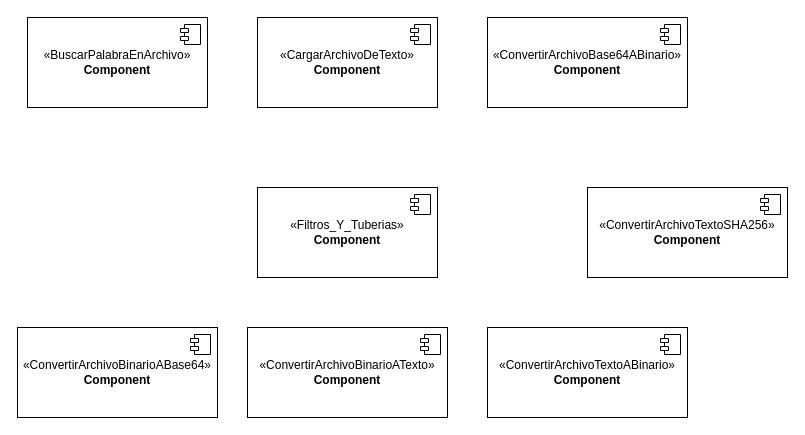
Before: page "Componentes" (1 of 9) of Diagrama Tuberias.drawio in JosehpCR/Arquitectura-Software, a draw.io diagram. Source tidied: cells renumbered, new cells numbered last; positions are measured from the earlier drawing's top-left corner, leaving out a move shared by most shapes. Both pictures are drawn from the tidied source at 100%, with x=0, y=0 at pixel (17, 17).
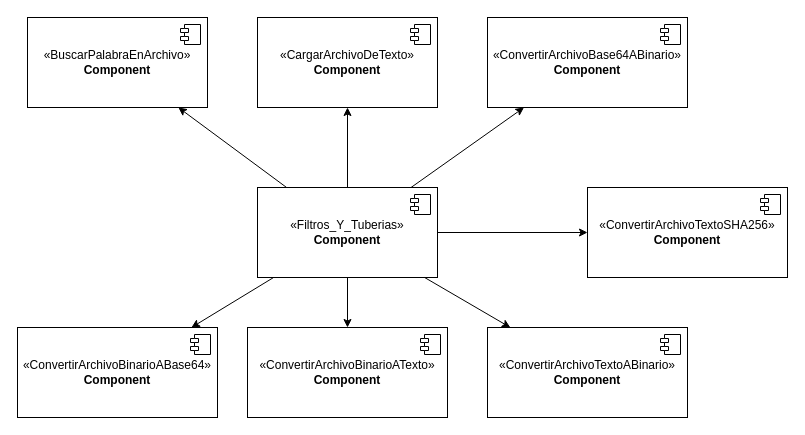
The same diagram, later.

The change refers to these unchanged cells:
```xml
<mxCell id="2" value="«Filtros_Y_Tuberias»&lt;br&gt;&lt;b&gt;Component&lt;/b&gt;" style="html=1;whiteSpace=wrap;" parent="1" vertex="1">
  <mxGeometry x="240" y="170" width="180" height="90" as="geometry" />
</mxCell>
<mxCell id="4" value="«BuscarPalabraEnArchivo»&lt;br&gt;&lt;b&gt;Component&lt;/b&gt;" style="html=1;whiteSpace=wrap;" parent="1" vertex="1">
  <mxGeometry x="10" width="180" height="90" as="geometry" />
</mxCell>
<mxCell id="6" value="«CargarArchivoDeTexto»&lt;br&gt;&lt;b&gt;Component&lt;/b&gt;" style="html=1;whiteSpace=wrap;" parent="1" vertex="1">
  <mxGeometry x="240" width="180" height="90" as="geometry" />
</mxCell>
<mxCell id="8" value="«ConvertirArchivoBase64ABinario»&lt;br&gt;&lt;b&gt;Component&lt;/b&gt;" style="html=1;whiteSpace=wrap;" parent="1" vertex="1">
  <mxGeometry x="470" width="200" height="90" as="geometry" />
</mxCell>
<mxCell id="10" value="«ConvertirArchivoBinarioABase64»&lt;br&gt;&lt;b&gt;Component&lt;/b&gt;" style="html=1;whiteSpace=wrap;" parent="1" vertex="1">
  <mxGeometry y="310" width="200" height="90" as="geometry" />
</mxCell>
<mxCell id="12" value="«ConvertirArchivoBinarioATexto»&lt;br&gt;&lt;b&gt;Component&lt;/b&gt;" style="html=1;whiteSpace=wrap;" parent="1" vertex="1">
  <mxGeometry x="230" y="310" width="200" height="90" as="geometry" />
</mxCell>
<mxCell id="14" value="«ConvertirArchivoTextoABinario»&lt;br&gt;&lt;b&gt;Component&lt;/b&gt;" style="html=1;whiteSpace=wrap;" parent="1" vertex="1">
  <mxGeometry x="470" y="310" width="200" height="90" as="geometry" />
</mxCell>
<mxCell id="16" value="«ConvertirArchivoTextoSHA256»&lt;br&gt;&lt;b&gt;Component&lt;/b&gt;" style="html=1;whiteSpace=wrap;" parent="1" vertex="1">
  <mxGeometry x="570" y="170" width="200" height="90" as="geometry" />
</mxCell>
```

The edit, as a diff of the source:
```diff
@@
+    <mxCell id="18" style="endArrow=classic;html=1;rounded=0;" parent="1" edge="1" source="2" target="4">
+      <mxGeometry relative="1" as="geometry" />
+    </mxCell>
+    <mxCell id="19" style="endArrow=classic;html=1;rounded=0;" parent="1" edge="1" source="2" target="6">
+      <mxGeometry relative="1" as="geometry" />
+    </mxCell>
+    <mxCell id="20" style="endArrow=classic;html=1;rounded=0;" parent="1" edge="1" source="2" target="8">
+      <mxGeometry relative="1" as="geometry" />
+    </mxCell>
+    <mxCell id="21" style="endArrow=classic;html=1;rounded=0;" parent="1" edge="1" source="2" target="16">
+      <mxGeometry relative="1" as="geometry" />
+    </mxCell>
+    <mxCell id="22" style="endArrow=classic;html=1;rounded=0;" parent="1" edge="1" source="2" target="14">
+      <mxGeometry relative="1" as="geometry" />
+    </mxCell>
+    <mxCell id="23" style="endArrow=classic;html=1;rounded=0;" parent="1" edge="1" source="2" target="12">
+      <mxGeometry relative="1" as="geometry" />
+    </mxCell>
+    <mxCell id="24" style="endArrow=classic;html=1;rounded=0;" parent="1" edge="1" source="2" target="10">
+      <mxGeometry relative="1" as="geometry" />
+    </mxCell>
```
